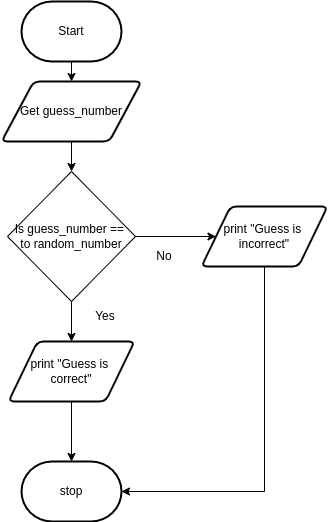
This is FlowChart.png from JacksonNaufal/ICS3U-Unit3-03-Python, a draw.io export, as it was before one commit. Source tidied: cells renumbered, new cells last; positions are measured from the earlier drawing's top-left corner, leaving out a move shared by most shapes.
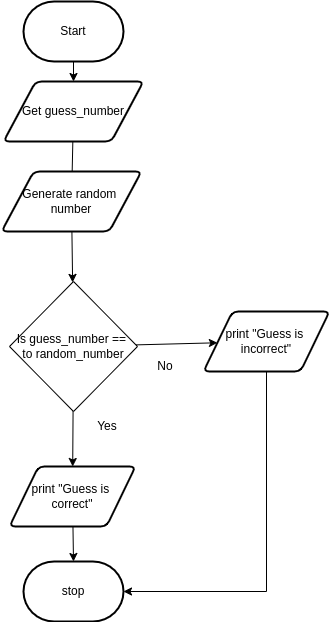
Later version of the same file.

Diff of the diagram source:
```diff
@@ -8,7 +8,7 @@
     <mxCell id="3" value="Start" style="strokeWidth=2;html=1;shape=mxgraph.flowchart.terminator;whiteSpace=wrap;" parent="1" vertex="1">
       <mxGeometry x="20" width="100" height="60" as="geometry" />
     </mxCell>
-    <mxCell id="4" style="edgeStyle=none;html=1;" parent="1" edge="1" source="5" target="11">
+    <mxCell id="4" style="edgeStyle=none;html=1;startArrow=none;" parent="1" edge="1" source="16" target="11">
       <mxGeometry relative="1" as="geometry" />
     </mxCell>
     <mxCell id="5" value="Get guess_number" style="shape=parallelogram;html=1;strokeWidth=2;perimeter=parallelogramPerimeter;whiteSpace=wrap;rounded=1;arcSize=12;size=0.23;" parent="1" vertex="1">
@@ -18,10 +18,10 @@
       <mxGeometry relative="1" as="geometry" />
     </mxCell>
     <mxCell id="7" value="print &quot;Guess is &lt;br&gt;correct&quot;" style="shape=parallelogram;html=1;strokeWidth=2;perimeter=parallelogramPerimeter;whiteSpace=wrap;rounded=1;arcSize=12;size=0.23;" parent="1" vertex="1">
-      <mxGeometry x="7" y="340" width="126" height="60" as="geometry" />
+      <mxGeometry x="6" y="465" width="126" height="60" as="geometry" />
     </mxCell>
     <mxCell id="8" value="stop" style="strokeWidth=2;html=1;shape=mxgraph.flowchart.terminator;whiteSpace=wrap;rounded=1;" parent="1" vertex="1">
-      <mxGeometry x="20" y="460" width="100" height="60" as="geometry" />
+      <mxGeometry x="20" y="560" width="100" height="60" as="geometry" />
     </mxCell>
     <mxCell id="9" style="edgeStyle=none;html=1;" parent="1" edge="1" source="11" target="7">
       <mxGeometry relative="1" as="geometry" />
@@ -30,23 +30,29 @@
       <mxGeometry relative="1" as="geometry" />
     </mxCell>
     <mxCell id="11" value="Is guess_number == &lt;br&gt;to random_number" style="rhombus;whiteSpace=wrap;html=1;" parent="1" vertex="1">
-      <mxGeometry x="6" y="170" width="128" height="130" as="geometry" />
+      <mxGeometry x="6" y="280" width="128" height="130" as="geometry" />
     </mxCell>
     <mxCell id="12" value="No" style="text;html=1;strokeColor=none;fillColor=none;align=center;verticalAlign=middle;whiteSpace=wrap;rounded=0;fontSize=12;" parent="1" vertex="1">
-      <mxGeometry x="133" y="240" width="60" height="30" as="geometry" />
+      <mxGeometry x="132" y="350" width="60" height="30" as="geometry" />
     </mxCell>
     <mxCell id="13" value="Yes" style="text;html=1;strokeColor=none;fillColor=none;align=center;verticalAlign=middle;whiteSpace=wrap;rounded=0;fontSize=12;" parent="1" vertex="1">
-      <mxGeometry x="74" y="300" width="60" height="30" as="geometry" />
+      <mxGeometry x="74" y="410" width="60" height="30" as="geometry" />
     </mxCell>
     <mxCell id="14" style="edgeStyle=none;html=1;entryX=1;entryY=0.5;entryDx=0;entryDy=0;entryPerimeter=0;rounded=0;" parent="1" edge="1" source="15" target="8">
       <mxGeometry relative="1" as="geometry">
         <Array as="points">
-          <mxPoint x="263" y="490" />
+          <mxPoint x="263" y="590" />
         </Array>
       </mxGeometry>
     </mxCell>
     <mxCell id="15" value="print &quot;Guess is &lt;br&gt;incorrect&quot;" style="shape=parallelogram;html=1;strokeWidth=2;perimeter=parallelogramPerimeter;whiteSpace=wrap;rounded=1;arcSize=12;size=0.23;" parent="1" vertex="1">
-      <mxGeometry x="200" y="205" width="126" height="60" as="geometry" />
+      <mxGeometry x="200" y="310" width="126" height="60" as="geometry" />
     </mxCell>
+    <mxCell id="16" value="Generate random&amp;nbsp;&lt;br&gt;number" style="shape=parallelogram;html=1;strokeWidth=2;perimeter=parallelogramPerimeter;whiteSpace=wrap;rounded=1;arcSize=12;size=0.23;" parent="1" vertex="1">
+      <mxGeometry x="-2" y="170" width="140" height="60" as="geometry" />
+    </mxCell>
+    <mxCell id="17" style="edgeStyle=none;html=1;endArrow=none;" parent="1" edge="1" source="5" target="16">
+      <mxGeometry relative="1" as="geometry" />
+    </mxCell>
   </root>
 </mxGraphModel>
```
